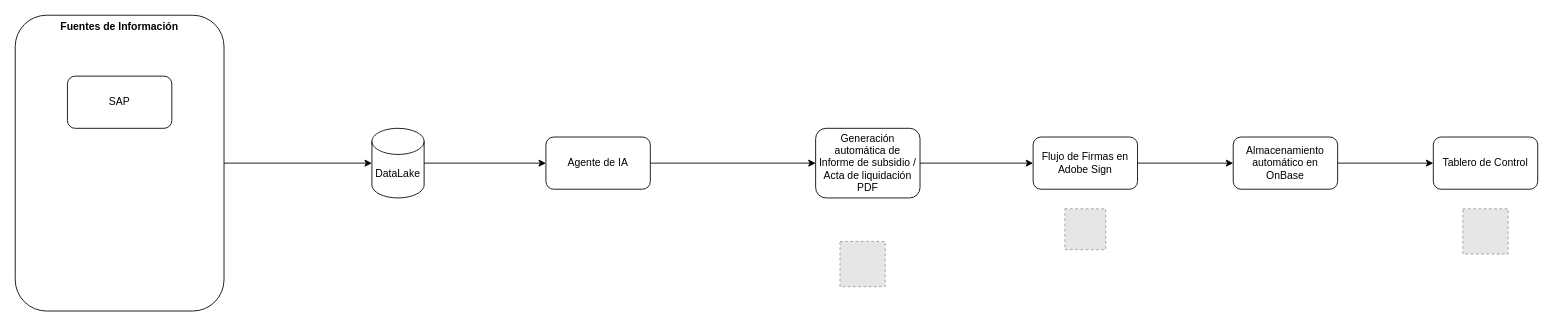
This is Actas de liquidación.drawio from carlosvalderrama1204/diagrams, a draw.io file, before an edit. Source tidied: cells renumbered, new cells numbered last; positions are measured from the earlier drawing's top-left corner, leaving out a move shared by most shapes. Both pictures are drawn from the tidied source at 87%, with x=0, y=0 at pixel (15, 15). Pictures stored in the file or linked from it are replaced by grey dashed boxes.
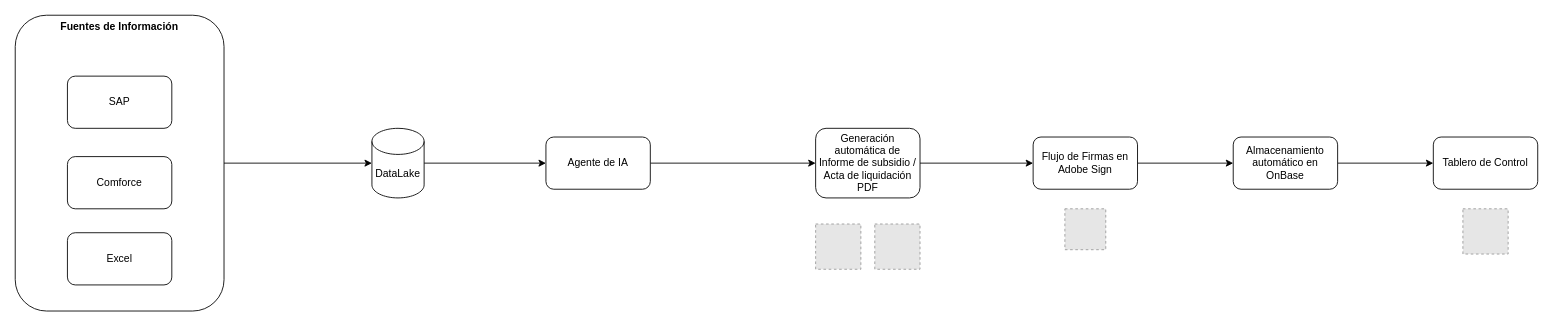
The same diagram, later.

What changed in the source:
```diff
@@
     <mxCell id="16" style="fillColor=#E6E6E6;strokeColor=#999999;dashed=1;verticalLabelPosition=bottom;labelBackgroundColor=default;verticalAlign=top;" parent="1" vertex="1">
-      <mxGeometry x="948" y="260" width="52" height="52" as="geometry" />
+      <mxGeometry x="920" y="240" width="52" height="52" as="geometry" />
     </mxCell>
@@
+    <mxCell id="19" value="Comforce" style="rounded=1;whiteSpace=wrap;html=1;" parent="1" vertex="1">
+      <mxGeometry x="60" y="162.5" width="120" height="60" as="geometry" />
+    </mxCell>
+    <mxCell id="20" style="fillColor=#E6E6E6;strokeColor=#999999;dashed=1;verticalLabelPosition=bottom;labelBackgroundColor=default;verticalAlign=top;" parent="1" vertex="1">
+      <mxGeometry x="988" y="240" width="52" height="52" as="geometry" />
+    </mxCell>
+    <mxCell id="21" value="Excel" style="rounded=1;whiteSpace=wrap;html=1;" parent="1" vertex="1">
+      <mxGeometry x="60" y="250" width="120" height="60" as="geometry" />
+    </mxCell>
```
